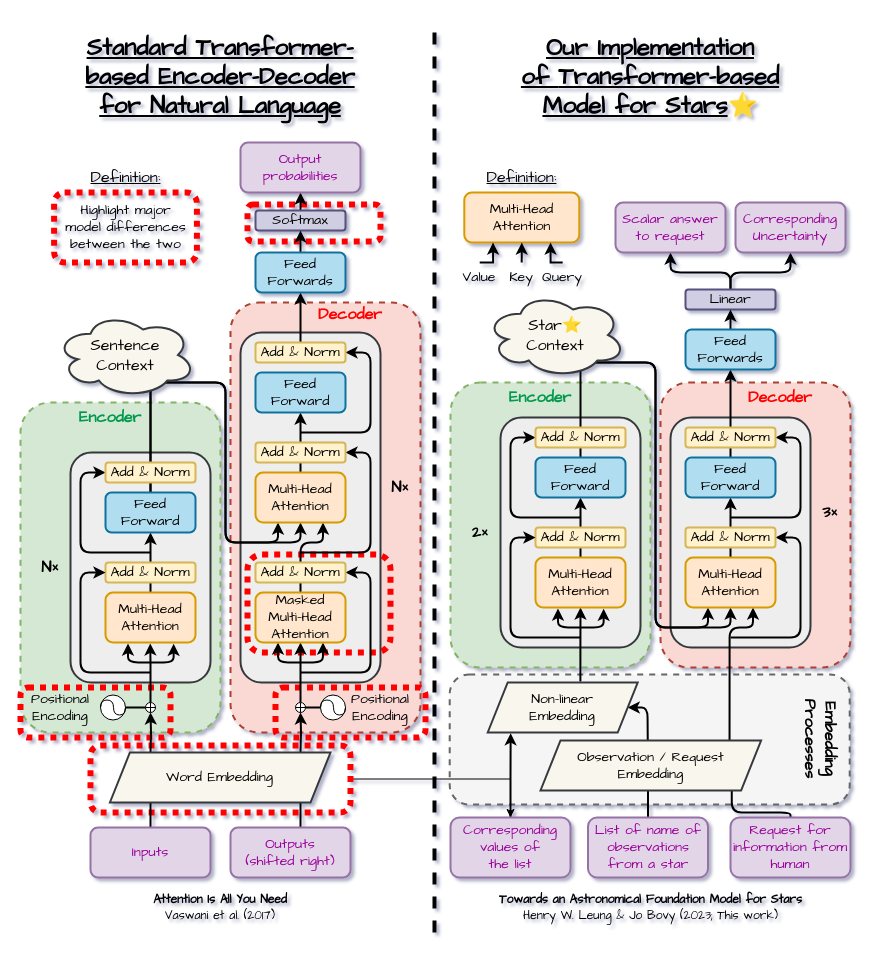
The draw.io diagram model_specs.drawio in Xsmos/cosmology_foundation, before the edit. Source tidied: cells renumbered, new cells numbered last; positions are measured from the earlier drawing's top-left corner, leaving out a move shared by most shapes. Both pictures are drawn from the tidied source at 100%, with x=0, y=0 at pixel (20, 17).
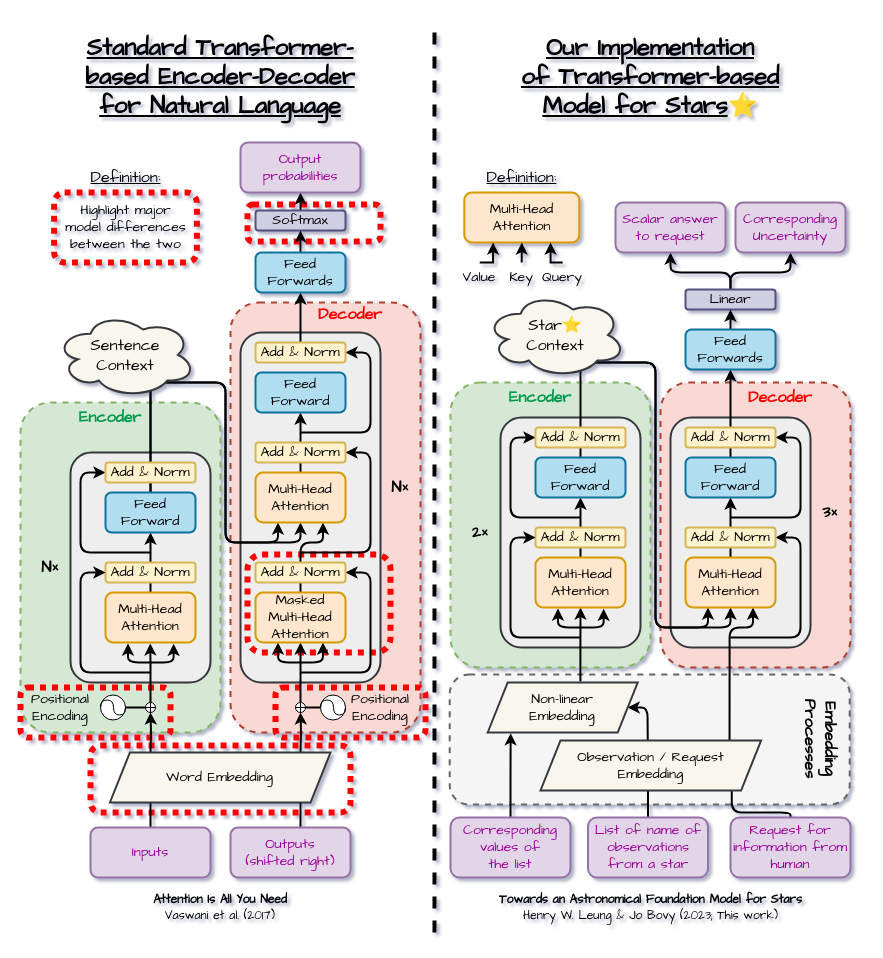
After the change.

Unchanged cells that the change refers to:
```xml
<mxCell id="4" style="rounded=1;whiteSpace=wrap;html=1;fillColor=none;strokeWidth=6;strokeColor=#FF0000;dashed=1;perimeterSpacing=2;dashPattern=1 1;" parent="1" vertex="1">
  <mxGeometry x="70" y="728" width="260" height="67" as="geometry" />
</mxCell>
<mxCell id="116" value="&lt;font style=&quot;font-size: 14px;&quot; color=&quot;#990099&quot;&gt;Corresponding values of &lt;br&gt;the list&lt;/font&gt;" style="rounded=1;whiteSpace=wrap;html=1;fillColor=#e1d5e7;strokeColor=#9673a6;strokeWidth=2;shadow=0;fontFamily=Comic Sans MS;" parent="1" vertex="1">
  <mxGeometry x="430" y="800" width="120" height="60" as="geometry" />
</mxCell>
```

Diff of the diagram source:
```diff
@@
-    <mxCell id="3" style="edgeStyle=orthogonalEdgeStyle;rounded=0;jettySize=auto;html=1;" parent="1" edge="1" source="4" target="116">
-      <mxGeometry relative="1" as="geometry" />
-    </mxCell>
```
